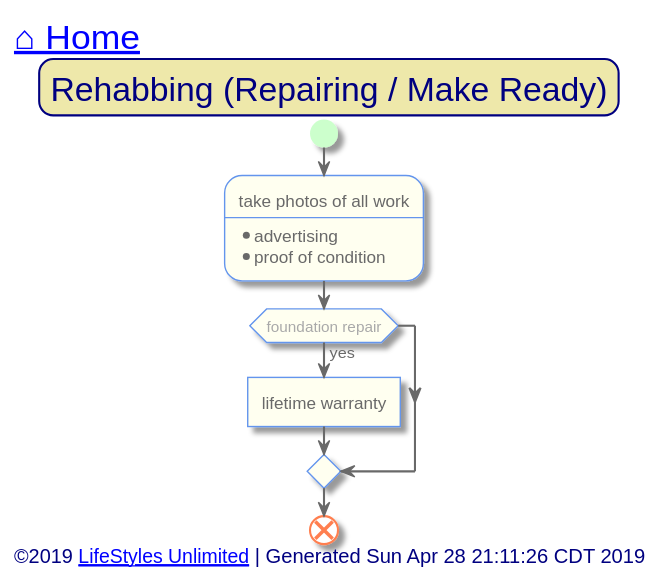
This is out/src/single-family/rehabbing.svg from toddmo/lifestylesunlimited, a PlantUML export, as it was before one commit.
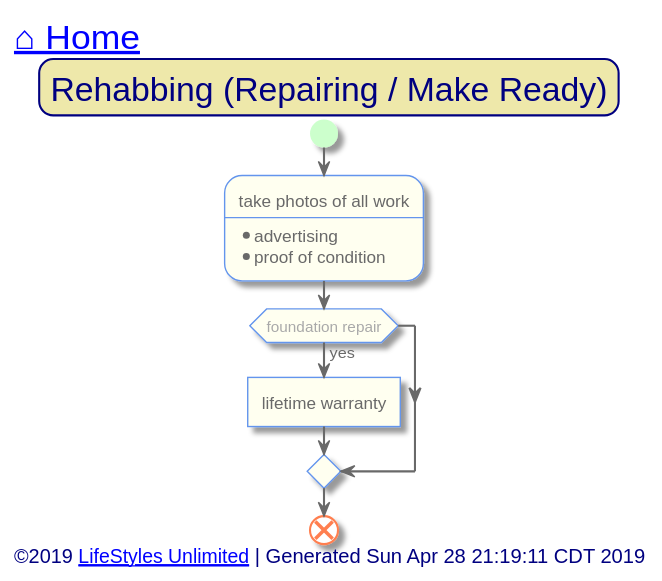
Above is the later version.

Diff of the diagram source:
```diff
@@ -95,7 +95,7 @@
 
 
 left footer
-	<font size=14>©2019 [[http://www.lifestylesunlimited.com LifeStyles Unlimited]] | Generated Sun Apr 28 21:11:26 CDT 2019</font>
+	<font size=14>©2019 [[http://www.lifestylesunlimited.com LifeStyles Unlimited]] | Generated Sun Apr 28 21:19:11 CDT 2019</font>
 endfooter
 
 
```
